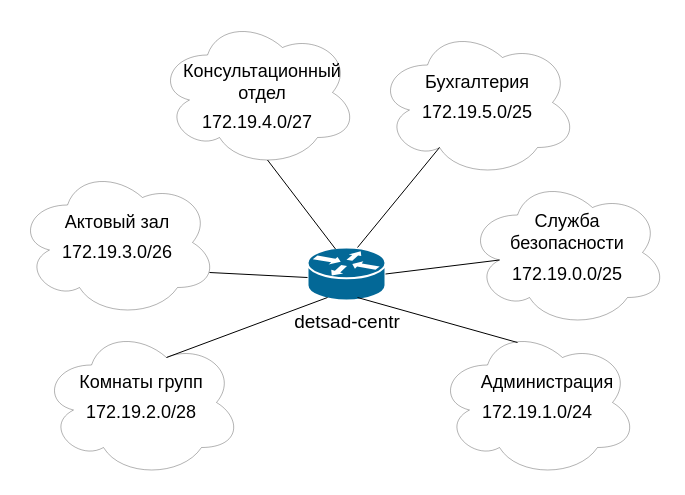
Above: Схема доступа L3.drawio in dibovdmitry/Project (draw.io), before the change. Source tidied: cells renumbered, new cells numbered last; positions are measured from the earlier drawing's top-left corner, leaving out a move shared by most shapes. Both pictures are drawn from the tidied source at 100%, with x=0, y=0 at pixel (17, 17).
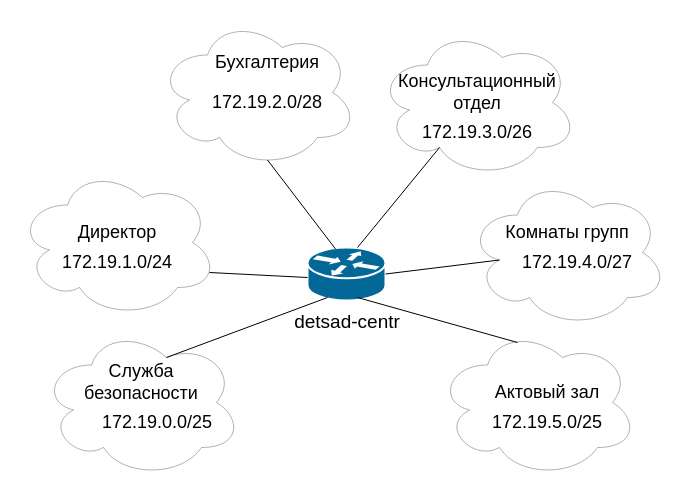
The same diagram, later.

What changed in the source:
```diff
@@
     <mxCell id="15" value="&lt;font style=&quot;font-size: 18px;&quot;&gt;Актовый зал&lt;/font&gt;" style="text;html=1;strokeColor=none;fillColor=none;align=center;verticalAlign=middle;whiteSpace=wrap;rounded=0;" parent="1" vertex="1">
-      <mxGeometry x="40" y="190" width="120" height="30" as="geometry" />
+      <mxGeometry x="470" y="360" width="120" height="30" as="geometry" />
     </mxCell>
     <mxCell id="16" value="&lt;span style=&quot;font-size: 18px;&quot;&gt;Служба безопасности&lt;/span&gt;" style="text;html=1;strokeColor=none;fillColor=none;align=center;verticalAlign=middle;whiteSpace=wrap;rounded=0;" parent="1" vertex="1">
-      <mxGeometry x="515" y="200" width="70" height="30" as="geometry" />
+      <mxGeometry x="89" y="350" width="70" height="30" as="geometry" />
     </mxCell>
     <mxCell id="17" value="&lt;font style=&quot;font-size: 18px;&quot;&gt;Бухгалтерия&lt;/font&gt;" style="text;html=1;strokeColor=none;fillColor=none;align=center;verticalAlign=middle;whiteSpace=wrap;rounded=0;" parent="1" vertex="1">
-      <mxGeometry x="430" y="50" width="60" height="30" as="geometry" />
+      <mxGeometry x="220" y="30" width="60" height="30" as="geometry" />
     </mxCell>
-    <mxCell id="18" value="&lt;font style=&quot;font-size: 18px;&quot;&gt;Администрация&lt;/font&gt;" style="text;html=1;strokeColor=none;fillColor=none;align=center;verticalAlign=middle;whiteSpace=wrap;rounded=0;" parent="1" vertex="1">
-      <mxGeometry x="500" y="350" width="60" height="30" as="geometry" />
+    <mxCell id="18" value="&lt;span style=&quot;font-size: 18px;&quot;&gt;Директор&lt;/span&gt;" style="text;html=1;strokeColor=none;fillColor=none;align=center;verticalAlign=middle;whiteSpace=wrap;rounded=0;" parent="1" vertex="1">
+      <mxGeometry x="70" y="200" width="60" height="30" as="geometry" />
     </mxCell>
     <mxCell id="19" value="&lt;font style=&quot;font-size: 18px;&quot;&gt;Комнаты групп&lt;/font&gt;" style="text;html=1;strokeColor=none;fillColor=none;align=center;verticalAlign=middle;whiteSpace=wrap;rounded=0;" parent="1" vertex="1">
-      <mxGeometry x="59" y="350" width="130" height="30" as="geometry" />
+      <mxGeometry x="485" y="200" width="130" height="30" as="geometry" />
     </mxCell>
     <mxCell id="20" value="&lt;font style=&quot;font-size: 18px;&quot;&gt;Консультационный отдел&lt;/font&gt;" style="text;html=1;strokeColor=none;fillColor=none;align=center;verticalAlign=middle;whiteSpace=wrap;rounded=0;" parent="1" vertex="1">
-      <mxGeometry x="160" y="50" width="170" height="30" as="geometry" />
+      <mxGeometry x="375" y="60" width="170" height="30" as="geometry" />
     </mxCell>
     <mxCell id="21" value="&lt;font style=&quot;font-size: 18px;&quot;&gt;172.19.0.0/25&lt;/font&gt;" style="text;html=1;strokeColor=none;fillColor=none;align=center;verticalAlign=middle;whiteSpace=wrap;rounded=0;" parent="1" vertex="1">
-      <mxGeometry x="520" y="241.5" width="60" height="30" as="geometry" />
+      <mxGeometry x="110" y="390" width="60" height="30" as="geometry" />
     </mxCell>
     <mxCell id="22" value="&lt;font style=&quot;font-size: 18px;&quot;&gt;172.19.1.0/24&lt;/font&gt;" style="text;html=1;strokeColor=none;fillColor=none;align=center;verticalAlign=middle;whiteSpace=wrap;rounded=0;fontSize=18;" parent="1" vertex="1">
-      <mxGeometry x="490" y="380" width="60" height="30" as="geometry" />
+      <mxGeometry x="70" y="230" width="60" height="30" as="geometry" />
     </mxCell>
     <mxCell id="23" value="172.19.2.0/28" style="text;html=1;strokeColor=none;fillColor=none;align=center;verticalAlign=middle;whiteSpace=wrap;rounded=0;fontSize=18;" parent="1" vertex="1">
-      <mxGeometry x="64" y="380" width="120" height="30" as="geometry" />
+      <mxGeometry x="190" y="70" width="120" height="30" as="geometry" />
     </mxCell>
     <mxCell id="24" value="172.19.3.0/26" style="text;html=1;strokeColor=none;fillColor=none;align=center;verticalAlign=middle;whiteSpace=wrap;rounded=0;fontSize=18;" parent="1" vertex="1">
-      <mxGeometry x="70" y="220" width="60" height="30" as="geometry" />
+      <mxGeometry x="430" y="100" width="60" height="30" as="geometry" />
     </mxCell>
     <mxCell id="25" value="172.19.4.0/27" style="text;html=1;strokeColor=none;fillColor=none;align=center;verticalAlign=middle;whiteSpace=wrap;rounded=0;fontSize=18;" parent="1" vertex="1">
-      <mxGeometry x="210" y="90" width="60" height="30" as="geometry" />
+      <mxGeometry x="530" y="230" width="60" height="30" as="geometry" />
     </mxCell>
     <mxCell id="26" value="172.19.5.0/25" style="text;html=1;strokeColor=none;fillColor=none;align=center;verticalAlign=middle;whiteSpace=wrap;rounded=0;fontSize=18;" parent="1" vertex="1">
-      <mxGeometry x="430" y="80" width="60" height="30" as="geometry" />
+      <mxGeometry x="500" y="390" width="60" height="30" as="geometry" />
     </mxCell>
```
